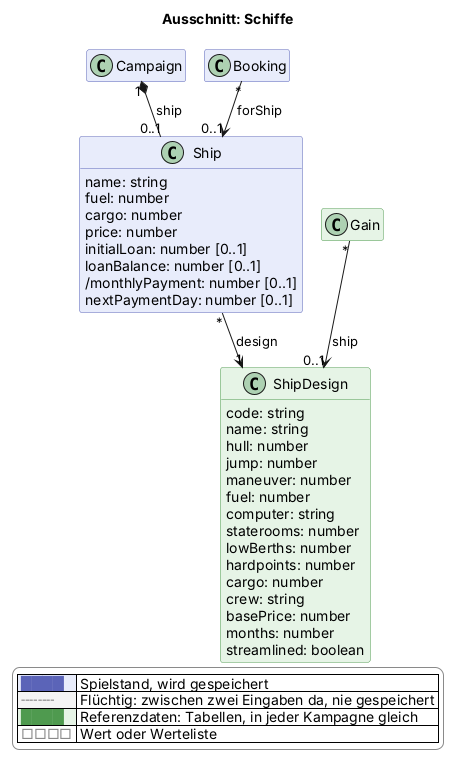
Above: docs/views/schiffe.png in scuzzar/SRE (PlantUML), before the change.
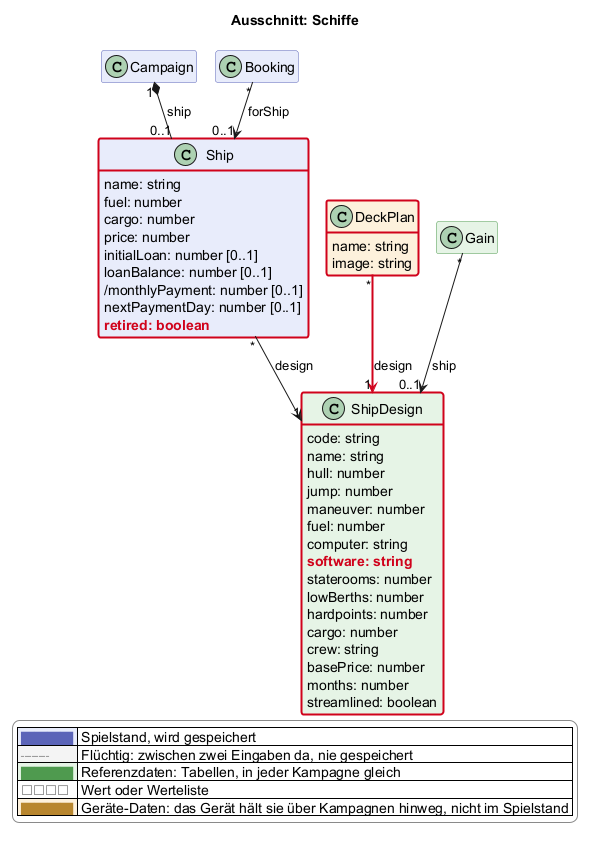
After the change.

What changed in the source:
```diff
@@ -50,6 +50,8 @@
   BorderColor<<reference>> #4f9a4f
   BackgroundColor<<value>> #ffffff
   BorderColor<<value>> #8a8a8a
+  BackgroundColor<<browser>> #fdf1dc
+  BorderColor<<browser>> #b8862e
 }
 skinparam legendBackgroundColor #ffffff
 skinparam legendBorderColor #8a8a8a
@@ -65,6 +67,7 @@
 hide <<transient>> stereotype
 hide <<reference>> stereotype
 hide <<value>> stereotype
+hide <<browser>> stereotype
 
   class Campaign $kampagne
   class Booking $shop
@@ -78,6 +81,7 @@
     loanBalance: number [0..1]
     /monthlyPayment: number [0..1]
     nextPaymentDay: number [0..1]
+    $new("2026-11-16b", "retired: boolean")
   }
   class ShipDesign <<reference>> $schiffe {
     code: string
@@ -87,6 +91,7 @@
     maneuver: number
     fuel: number
     computer: string
+    $new("2026-11-16b", "software: string")
     staterooms: number
     lowBerths: number
     hardpoints: number
@@ -95,6 +100,10 @@
     basePrice: number
     months: number
     streamlined: boolean
+  }
+  class DeckPlan <<browser>> $schiffe $newClass("2026-11-16b") {
+    name: string
+    image: string
   }
 
 
@@ -109,6 +118,7 @@
 Ship "*" --> "1" ShipDesign : design
 Booking "*" --> "0..1" Ship : forShip
 Gain "*" --> "0..1" ShipDesign : ship
+DeckPlan "*" -$newArrow("2026-11-16b")-> "1" ShipDesign : design
 
 
 
@@ -127,5 +137,8 @@
   |<#f4f4f4> <color:#8a8a8a>╌╌╌╌</color> | Flüchtig: zwischen zwei Eingaben da, nie gespeichert |
   |<#e6f4e6> <color:#4f9a4f>████</color> | Referenzdaten: Tabellen, in jeder Kampagne gleich |
   |<#ffffff> <color:#8a8a8a>□□□□</color> | Wert oder Werteliste |
+  |<#fdf1dc> <color:#b8862e>████</color> | Geräte-Daten: das Gerät hält sie über Kampagnen hinweg, nicht im Spielstand |
 endlegend
+class Ship #line:d0021b;line.bold
+class ShipDesign #line:d0021b;line.bold
 @enduml
```
